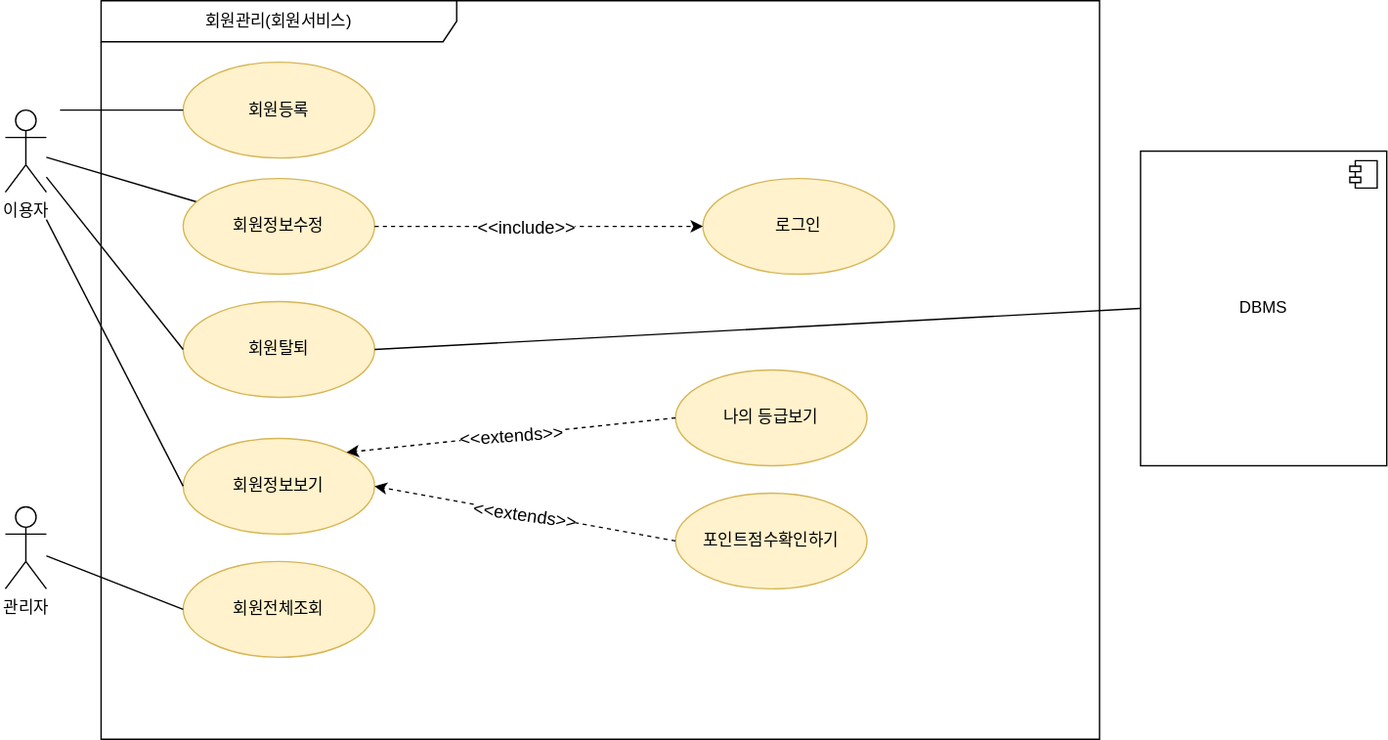
This is 회원관리usecase.drawio.svg from LittleTwigs/multi_it_test, a draw.io export, as it was before one commit. Source tidied: cells renumbered, new cells last; positions are measured from the earlier drawing's top-left corner, leaving out a move shared by most shapes. Source of this version:
```xml
<mxGraphModel>
  <root>
    <mxCell id="0" />
    <mxCell id="1" parent="0" />
    <mxCell id="2" style="rounded=0;jettySize=auto;html=1;endArrow=none;endFill=0;" parent="1" edge="1" source="3" target="8">
      <mxGeometry relative="1" as="geometry" />
    </mxCell>
    <mxCell id="3" value="이용자" style="shape=umlActor;verticalLabelPosition=bottom;verticalAlign=top;html=1;outlineConnect=0;" parent="1" vertex="1">
      <mxGeometry y="80" width="30" height="60" as="geometry" />
    </mxCell>
    <mxCell id="4" value="회원관리(회원서비스)" style="shape=umlFrame;whiteSpace=wrap;html=1;width=260;height=30;" parent="1" vertex="1">
      <mxGeometry x="70" width="730" height="540" as="geometry" />
    </mxCell>
    <mxCell id="5" value="관리자" style="shape=umlActor;verticalLabelPosition=bottom;verticalAlign=top;html=1;outlineConnect=0;" parent="1" vertex="1">
      <mxGeometry y="370" width="30" height="60" as="geometry" />
    </mxCell>
    <mxCell id="6" value="회원등록" style="ellipse;whiteSpace=wrap;html=1;fillColor=#fff2cc;strokeColor=#d6b656;" parent="1" vertex="1">
      <mxGeometry x="130" y="45" width="140" height="70" as="geometry" />
    </mxCell>
    <mxCell id="7" value="회원전체조회" style="ellipse;whiteSpace=wrap;html=1;fillColor=#fff2cc;strokeColor=#d6b656;" parent="1" vertex="1">
      <mxGeometry x="130" y="410" width="140" height="70" as="geometry" />
    </mxCell>
    <mxCell id="8" value="회원정보수정" style="ellipse;whiteSpace=wrap;html=1;fillColor=#fff2cc;strokeColor=#d6b656;" parent="1" vertex="1">
      <mxGeometry x="130" y="130" width="140" height="70" as="geometry" />
    </mxCell>
    <mxCell id="9" value="회원탈퇴" style="ellipse;whiteSpace=wrap;html=1;fillColor=#fff2cc;strokeColor=#d6b656;" parent="1" vertex="1">
      <mxGeometry x="130" y="220" width="140" height="70" as="geometry" />
    </mxCell>
    <mxCell id="10" value="회원정보보기" style="ellipse;whiteSpace=wrap;html=1;fillColor=#fff2cc;strokeColor=#d6b656;" parent="1" vertex="1">
      <mxGeometry x="130" y="320" width="140" height="70" as="geometry" />
    </mxCell>
    <mxCell id="11" style="rounded=0;jettySize=auto;html=1;endArrow=none;endFill=0;entryX=0;entryY=0.5;entryDx=0;entryDy=0;" parent="1" edge="1" source="3" target="9">
      <mxGeometry relative="1" as="geometry" />
    </mxCell>
    <mxCell id="12" style="rounded=0;jettySize=auto;html=1;endArrow=none;endFill=0;entryX=0;entryY=0.5;entryDx=0;entryDy=0;" parent="1" edge="1" target="10">
      <mxGeometry relative="1" as="geometry">
        <mxPoint x="30" y="160" as="sourcePoint" />
      </mxGeometry>
    </mxCell>
    <mxCell id="13" style="rounded=0;jettySize=auto;html=1;endArrow=none;endFill=0;entryX=0;entryY=0.5;entryDx=0;entryDy=0;" parent="1" edge="1" target="6">
      <mxGeometry relative="1" as="geometry">
        <mxPoint x="40" y="80" as="sourcePoint" />
      </mxGeometry>
    </mxCell>
    <mxCell id="14" style="rounded=0;jettySize=auto;html=1;endArrow=none;endFill=0;entryX=0;entryY=0.5;entryDx=0;entryDy=0;" parent="1" edge="1" source="5" target="7">
      <mxGeometry relative="1" as="geometry" />
    </mxCell>
    <mxCell id="15" value="로그인" style="ellipse;whiteSpace=wrap;html=1;fillColor=#fff2cc;strokeColor=#d6b656;" parent="1" vertex="1">
      <mxGeometry x="510" y="130" width="140" height="70" as="geometry" />
    </mxCell>
    <mxCell id="16" style="endArrow=classic;html=1;rounded=0;entryX=0;entryY=0.5;entryDx=0;entryDy=0;exitX=1;exitY=0.5;exitDx=0;exitDy=0;endFill=1;dashed=1;strokeWidth=1;" parent="1" edge="1" source="8" target="15">
      <mxGeometry relative="1" as="geometry" />
    </mxCell>
    <mxCell id="17" value="&amp;lt;&amp;lt;include&amp;gt;&amp;gt;" style="edgeLabel;html=1;align=center;verticalAlign=middle;fontSize=13;" parent="16" vertex="1">
      <mxGeometry x="0.17" y="-1" relative="1" as="geometry">
        <mxPoint x="-31" y="-1" as="offset" />
      </mxGeometry>
    </mxCell>
    <mxCell id="18" value="나의 등급보기" style="ellipse;whiteSpace=wrap;html=1;fillColor=#fff2cc;strokeColor=#d6b656;" parent="1" vertex="1">
      <mxGeometry x="490" y="270" width="140" height="70" as="geometry" />
    </mxCell>
    <mxCell id="19" value="포인트점수확인하기" style="ellipse;whiteSpace=wrap;html=1;fillColor=#fff2cc;strokeColor=#d6b656;" parent="1" vertex="1">
      <mxGeometry x="490" y="360" width="140" height="70" as="geometry" />
    </mxCell>
    <mxCell id="20" style="endArrow=classic;html=1;rounded=0;entryX=1;entryY=0.5;entryDx=0;entryDy=0;exitX=0;exitY=0.5;exitDx=0;exitDy=0;dashed=1;" parent="1" edge="1" source="19" target="10">
      <mxGeometry relative="1" as="geometry" />
    </mxCell>
    <mxCell id="21" value="&amp;lt;&amp;lt;extends&amp;gt;&amp;gt;" style="edgeLabel;html=1;align=center;verticalAlign=middle;rotation=8;fontSize=13;" parent="20" vertex="1">
      <mxGeometry relative="1" as="geometry" />
    </mxCell>
    <mxCell id="22" style="endArrow=classic;html=1;rounded=0;entryX=1;entryY=0;entryDx=0;entryDy=0;exitX=0;exitY=0.5;exitDx=0;exitDy=0;dashed=1;" parent="1" edge="1" source="18" target="10">
      <mxGeometry relative="1" as="geometry" />
    </mxCell>
    <mxCell id="23" value="&amp;lt;&amp;lt;extends&amp;gt;&amp;gt;" style="edgeLabel;html=1;align=center;verticalAlign=middle;rotation=356;fontSize=13;" parent="22" vertex="1">
      <mxGeometry relative="1" as="geometry" />
    </mxCell>
    <mxCell id="24" value="DBMS" style="html=1;whiteSpace=wrap;" parent="1" vertex="1">
      <mxGeometry x="830" y="110" width="180" height="230" as="geometry" />
    </mxCell>
    <mxCell id="25" style="shape=module;jettyWidth=8;jettyHeight=4;" parent="24" vertex="1">
      <mxGeometry x="1" width="20" height="20" relative="1" as="geometry">
        <mxPoint x="-27" y="7" as="offset" />
      </mxGeometry>
    </mxCell>
    <mxCell id="26" style="endArrow=none;html=1;rounded=0;entryX=0;entryY=0.5;entryDx=0;entryDy=0;exitX=1;exitY=0.5;exitDx=0;exitDy=0;" parent="1" edge="1" source="9" target="24">
      <mxGeometry relative="1" as="geometry" />
    </mxCell>
  </root>
</mxGraphModel>
```
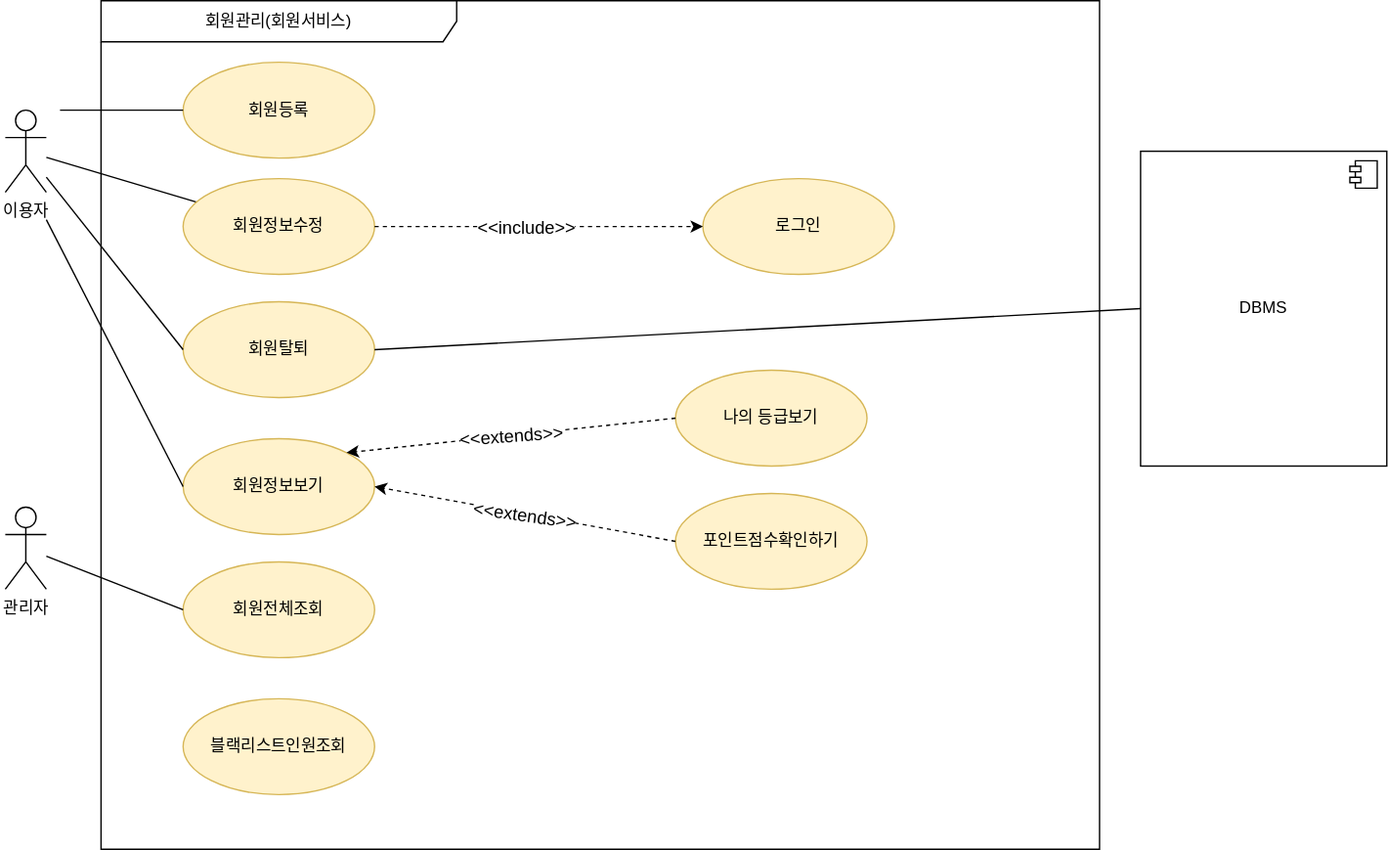
The same file after the commit.

Commit message:
회원관리usecase.drawio.svg 업데이트

What changed in the source:
```diff
@@ -9,7 +9,7 @@
       <mxGeometry y="80" width="30" height="60" as="geometry" />
     </mxCell>
     <mxCell id="4" value="회원관리(회원서비스)" style="shape=umlFrame;whiteSpace=wrap;html=1;width=260;height=30;" parent="1" vertex="1">
-      <mxGeometry x="70" width="730" height="540" as="geometry" />
+      <mxGeometry x="70" width="730" height="620" as="geometry" />
     </mxCell>
     <mxCell id="5" value="관리자" style="shape=umlActor;verticalLabelPosition=bottom;verticalAlign=top;html=1;outlineConnect=0;" parent="1" vertex="1">
       <mxGeometry y="370" width="30" height="60" as="geometry" />
@@ -85,5 +85,8 @@
     <mxCell id="26" style="endArrow=none;html=1;rounded=0;entryX=0;entryY=0.5;entryDx=0;entryDy=0;exitX=1;exitY=0.5;exitDx=0;exitDy=0;" parent="1" edge="1" source="9" target="24">
       <mxGeometry relative="1" as="geometry" />
     </mxCell>
+    <mxCell id="27" value="블랙리스트인원조회" style="ellipse;whiteSpace=wrap;html=1;fillColor=#fff2cc;strokeColor=#d6b656;" parent="1" vertex="1">
+      <mxGeometry x="130" y="510" width="140" height="70" as="geometry" />
+    </mxCell>
   </root>
 </mxGraphModel>
```
